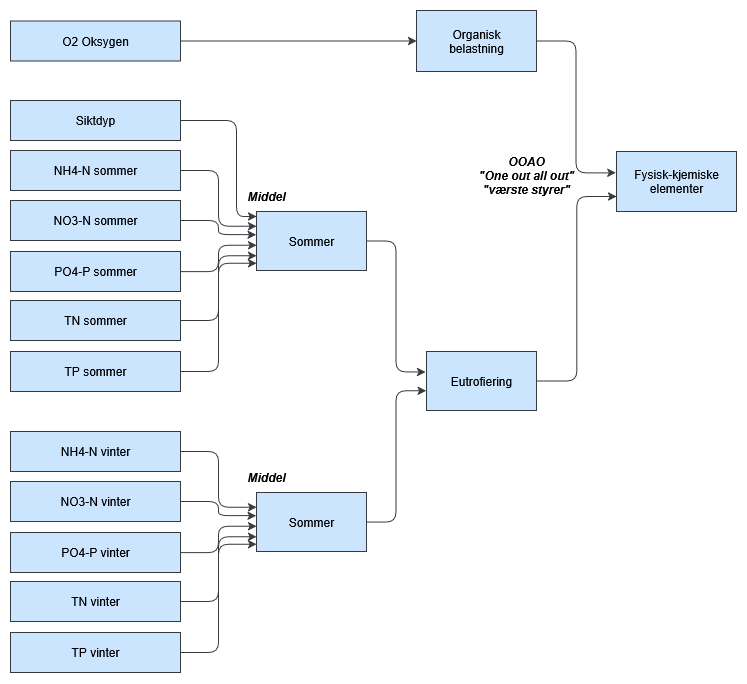
ciaran-dk/flowchart keeps this draw.io diagram as martini2.drawio.png. Above is the earlier version. Source tidied: cells renumbered, new cells last; positions are measured from the earlier drawing's top-left corner, leaving out a move shared by most shapes.
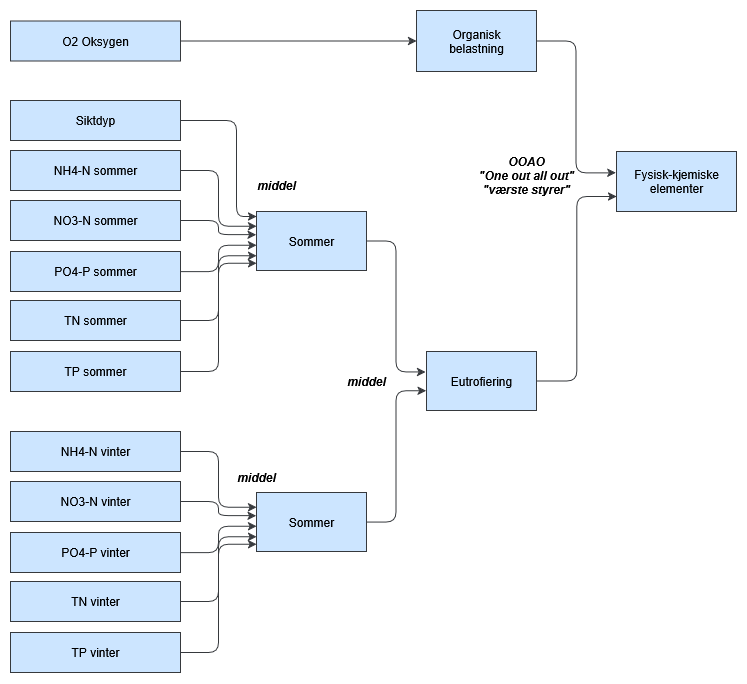
After the change.

The edit, as a diff of the source:
```diff
@@ -48,9 +48,6 @@
     <mxCell id="15" style="edgeStyle=elbowEdgeStyle;elbow=horizontal;html=1;rounded=1;curved=0;sourcePerimeterSpacing=0;targetPerimeterSpacing=0;startSize=6;endSize=6;entryX=-0.004;entryY=0.392;entryDx=0;entryDy=0;labelBackgroundColor=none;fontColor=#000000;fillColor=#cce5ff;strokeColor=#36393d;entryPerimeter=0;" parent="1" edge="1" source="14" target="4">
       <mxGeometry relative="1" as="geometry" />
     </mxCell>
-    <mxCell id="16" value="Middel" style="text;html=1;align=center;verticalAlign=middle;whiteSpace=wrap;rounded=0;fontColor=#000000;fontStyle=3;" parent="1" vertex="1">
-      <mxGeometry x="226" y="171" width="60" height="30" as="geometry" />
-    </mxCell>
     <mxCell id="17" value="&lt;div&gt;OOAO&lt;/div&gt;&lt;div&gt;&quot;One out all out&quot;&lt;/div&gt;&lt;div&gt;&quot;værste styrer&quot;&lt;/div&gt;" style="text;html=1;align=center;verticalAlign=middle;whiteSpace=wrap;rounded=0;fontColor=#000000;fontStyle=3;" parent="1" vertex="1">
       <mxGeometry x="446" y="150" width="140" height="30" as="geometry" />
     </mxCell>
@@ -94,9 +91,6 @@
     <mxCell id="29" style="edgeStyle=elbowEdgeStyle;elbow=horizontal;html=1;rounded=1;curved=0;sourcePerimeterSpacing=0;targetPerimeterSpacing=0;startSize=6;endSize=6;entryX=-0.004;entryY=0.392;entryDx=0;entryDy=0;labelBackgroundColor=none;fontColor=#000000;fillColor=#cce5ff;strokeColor=#36393d;entryPerimeter=0;" parent="1" edge="1" source="28" target="24">
       <mxGeometry relative="1" as="geometry" />
     </mxCell>
-    <mxCell id="30" value="Middel" style="text;html=1;align=center;verticalAlign=middle;whiteSpace=wrap;rounded=0;fontColor=#000000;fontStyle=3;" parent="1" vertex="1">
-      <mxGeometry x="226" y="452" width="60" height="30" as="geometry" />
-    </mxCell>
     <mxCell id="31" style="edgeStyle=elbowEdgeStyle;elbow=horizontal;html=1;rounded=1;curved=0;sourcePerimeterSpacing=0;targetPerimeterSpacing=0;startSize=6;endSize=6;entryX=0;entryY=0.57;entryDx=0;entryDy=0;labelBackgroundColor=none;fontColor=#000000;fillColor=#cce5ff;strokeColor=#36393d;entryPerimeter=0;" parent="1" edge="1" target="24">
       <mxGeometry relative="1" as="geometry">
         <mxPoint x="170" y="542" as="sourcePoint" />
@@ -122,5 +116,14 @@
     <mxCell id="37" value="Eutrofiering" style="whiteSpace=wrap;html=1;labelBackgroundColor=none;fillColor=#cce5ff;strokeColor=#36393d;fontColor=#000000;" parent="1" vertex="1">
       <mxGeometry x="416" y="341" width="110" height="59" as="geometry" />
     </mxCell>
+    <mxCell id="38" value="middel" style="text;html=1;align=center;verticalAlign=middle;whiteSpace=wrap;rounded=0;fontColor=#000000;fontStyle=3;" parent="1" vertex="1">
+      <mxGeometry x="326" y="355.5" width="60" height="30" as="geometry" />
+    </mxCell>
+    <mxCell id="39" value="middel" style="text;html=1;align=center;verticalAlign=middle;whiteSpace=wrap;rounded=0;fontColor=#000000;fontStyle=3;" parent="1" vertex="1">
+      <mxGeometry x="216" y="452" width="60" height="30" as="geometry" />
+    </mxCell>
+    <mxCell id="40" value="middel" style="text;html=1;align=center;verticalAlign=middle;whiteSpace=wrap;rounded=0;fontColor=#000000;fontStyle=3;" parent="1" vertex="1">
+      <mxGeometry x="236" y="160" width="60" height="30" as="geometry" />
+    </mxCell>
   </root>
 </mxGraphModel>
```
